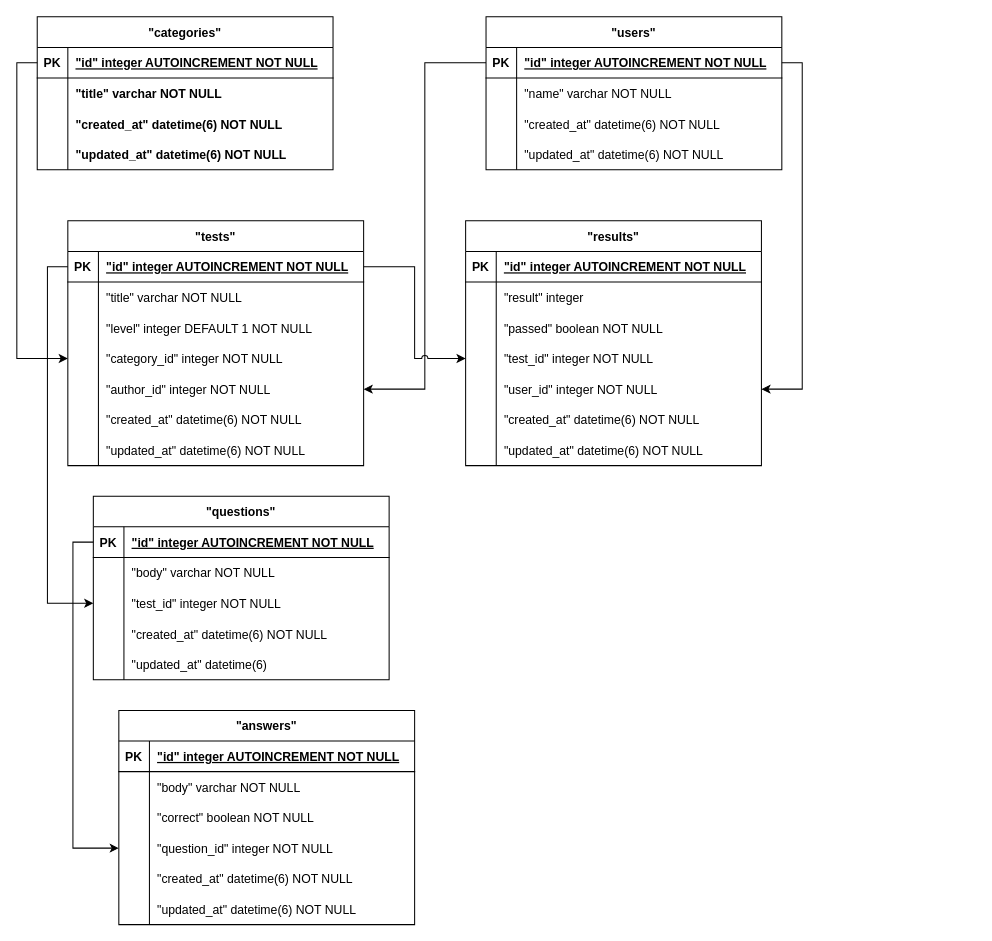
slydevruby/test-guru keeps this draw.io diagram as test-guru.wiki/Диаграмма без названия.drawio. Above is the earlier version. Source tidied: cells renumbered, new cells numbered last; positions are measured from the earlier drawing's top-left corner, leaving out a move shared by most shapes. Both pictures are drawn from the tidied source at 102%, with x=0, y=0 at pixel (37, 16).
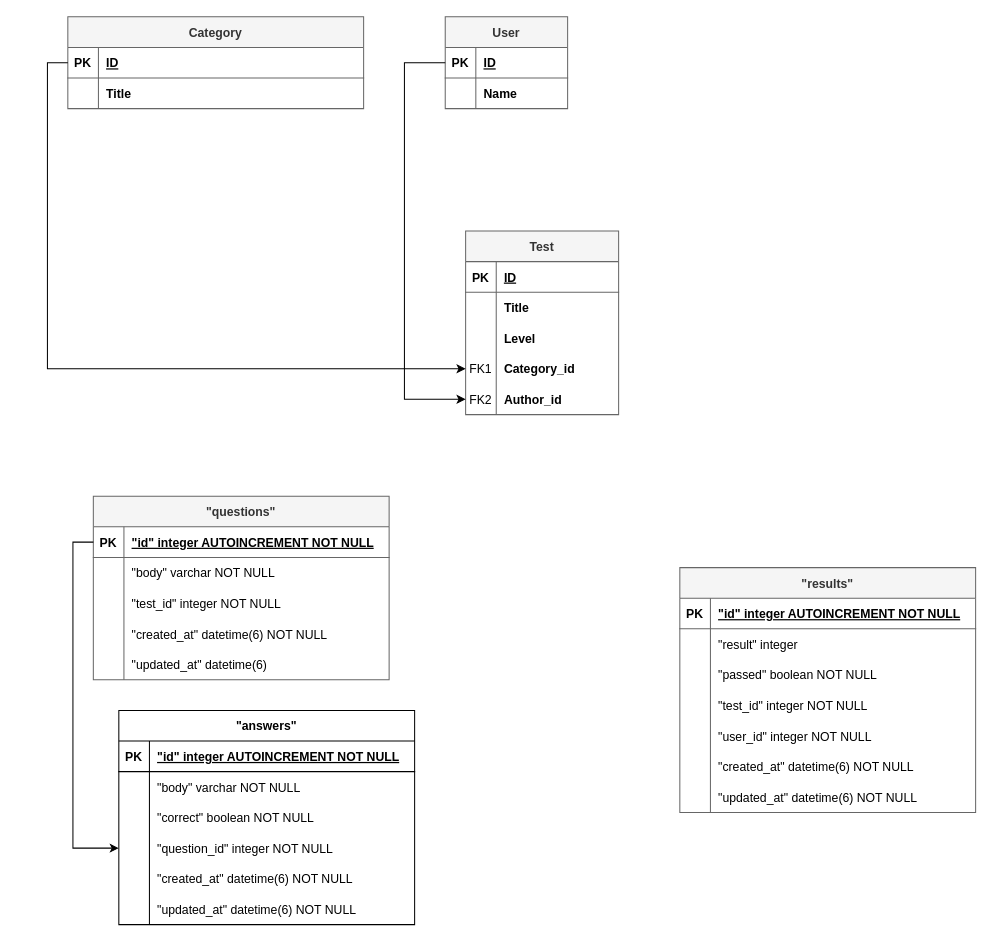
After the change.

Unchanged cells that the change refers to:
```xml
<mxCell id="3" style="shape=tableRow;horizontal=0;startSize=0;swimlaneHead=0;swimlaneBody=0;fillColor=none;points=[[0,0.5],[1,0.5]];portConstraint=eastwest;strokeColor=inherit;top=0;left=0;right=0;bottom=1;" parent="2" vertex="1">
  <mxGeometry y="30" width="290" height="30" as="geometry" />
</mxCell>
<mxCell id="6" style="shape=tableRow;horizontal=0;startSize=0;swimlaneHead=0;swimlaneBody=0;fillColor=none;strokeColor=inherit;top=0;left=0;right=0;bottom=0;" parent="2" vertex="1">
  <mxGeometry y="60" width="290" height="30" as="geometry" />
</mxCell>
<mxCell id="51" style="shape=tableRow;horizontal=0;startSize=0;swimlaneHead=0;swimlaneBody=0;fillColor=none;points=[[0,0.5],[1,0.5]];portConstraint=eastwest;strokeColor=inherit;top=0;left=0;right=0;bottom=1;" parent="50" vertex="1">
  <mxGeometry y="30" width="290" height="30" as="geometry" />
</mxCell>
<mxCell id="57" style="shape=tableRow;horizontal=0;startSize=0;swimlaneHead=0;swimlaneBody=0;fillColor=none;points=[[0,0.5],[1,0.5]];portConstraint=eastwest;strokeColor=inherit;top=0;left=0;right=0;bottom=0;" parent="50" vertex="1">
  <mxGeometry y="90" width="290" height="30" as="geometry" />
</mxCell>
<mxCell id="76" style="shape=tableRow;horizontal=0;startSize=0;swimlaneHead=0;swimlaneBody=0;fillColor=none;points=[[0,0.5],[1,0.5]];portConstraint=eastwest;strokeColor=inherit;top=0;left=0;right=0;bottom=0;" parent="66" vertex="1">
  <mxGeometry y="120" width="290" height="30" as="geometry" />
</mxCell>
<mxCell id="95" style="shape=tableRow;horizontal=0;startSize=0;swimlaneHead=0;swimlaneBody=0;fillColor=none;points=[[0,0.5],[1,0.5]];portConstraint=eastwest;strokeColor=inherit;top=0;left=0;right=0;bottom=0;" parent="85" vertex="1">
  <mxGeometry y="120" width="290" height="30" as="geometry" />
</mxCell>
<mxCell id="98" style="shape=tableRow;horizontal=0;startSize=0;swimlaneHead=0;swimlaneBody=0;fillColor=none;points=[[0,0.5],[1,0.5]];portConstraint=eastwest;strokeColor=inherit;top=0;left=0;right=0;bottom=0;" parent="85" vertex="1">
  <mxGeometry y="150" width="290" height="30" as="geometry" />
</mxCell>
```

What changed in the source:
```diff
@@
-    <mxCell id="2" value="&quot;categories&quot;" style="shape=table;startSize=30;childLayout=tableLayout;rowLines=0;fontStyle=1;align=center;" parent="1" vertex="1">
-      <mxGeometry width="290" height="150" as="geometry" />
+    <mxCell id="2" value="Category" style="shape=table;startSize=30;childLayout=tableLayout;rowLines=0;fontStyle=1;align=center;fillColor=#f5f5f5;fontColor=#333333;strokeColor=#666666;" parent="1" vertex="1">
+      <mxGeometry x="30" width="290" height="90" as="geometry" />
     </mxCell>
@@
-    <mxCell id="5" value="&quot;id&quot; integer  AUTOINCREMENT NOT NULL" style="shape=partialRectangle;overflow=hidden;fillColor=none;align=left;strokeColor=inherit;top=0;left=0;bottom=0;right=0;spacingLeft=6;fontStyle=5;" parent="3" vertex="1">
+    <mxCell id="5" value="ID" style="shape=partialRectangle;overflow=hidden;fillColor=none;align=left;strokeColor=inherit;top=0;left=0;bottom=0;right=0;spacingLeft=6;fontStyle=5;" parent="3" vertex="1">
       <mxGeometry x="30" width="260" height="30" as="geometry" />
     </mxCell>
@@
-    <mxCell id="8" value="&quot;title&quot; varchar NOT NULL" style="shape=partialRectangle;overflow=hidden;fillColor=none;align=left;strokeColor=inherit;top=0;left=0;bottom=0;right=0;spacingLeft=6;fontStyle=1;" parent="6" vertex="1">
+    <mxCell id="8" value="Title" style="shape=partialRectangle;overflow=hidden;fillColor=none;align=left;strokeColor=inherit;top=0;left=0;bottom=0;right=0;spacingLeft=6;fontStyle=1;" parent="6" vertex="1">
       <mxGeometry x="30" width="260" height="30" as="geometry" />
     </mxCell>
-    <mxCell id="9" style="shape=tableRow;horizontal=0;startSize=0;swimlaneHead=0;swimlaneBody=0;fillColor=none;strokeColor=inherit;top=0;left=0;right=0;bottom=0;" parent="2" vertex="1">
-      <mxGeometry y="90" width="290" height="30" as="geometry" />
-    </mxCell>
-    <mxCell id="10" style="shape=partialRectangle;overflow=hidden;fillColor=none;strokeColor=inherit;top=0;left=0;bottom=0;right=0;" parent="9" vertex="1">
-      <mxGeometry width="30" height="30" as="geometry" />
-    </mxCell>
-    <mxCell id="11" value="&quot;created_at&quot; datetime(6) NOT NULL" style="shape=partialRectangle;overflow=hidden;fillColor=none;align=left;strokeColor=inherit;top=0;left=0;bottom=0;right=0;spacingLeft=6;fontStyle=1;" parent="9" vertex="1">
-      <mxGeometry x="30" width="260" height="30" as="geometry" />
-    </mxCell>
-    <mxCell id="12" style="shape=tableRow;horizontal=0;startSize=0;swimlaneHead=0;swimlaneBody=0;fillColor=none;strokeColor=inherit;top=0;left=0;right=0;bottom=0;" parent="2" vertex="1">
-      <mxGeometry y="120" width="290" height="30" as="geometry" />
-    </mxCell>
-    <mxCell id="13" style="shape=partialRectangle;overflow=hidden;fillColor=none;strokeColor=inherit;top=0;left=0;bottom=0;right=0;" parent="12" vertex="1">
-      <mxGeometry width="30" height="30" as="geometry" />
-    </mxCell>
-    <mxCell id="14" value="&quot;updated_at&quot; datetime(6) NOT NULL" style="shape=partialRectangle;overflow=hidden;fillColor=none;align=left;strokeColor=inherit;top=0;left=0;bottom=0;right=0;spacingLeft=6;fontStyle=1;" parent="12" vertex="1">
-      <mxGeometry x="30" width="260" height="30" as="geometry" />
-    </mxCell>
-    <mxCell id="15" value="&quot;users&quot;" style="shape=table;startSize=30;childLayout=tableLayout;rowLines=0;fontStyle=1;align=center;" parent="1" vertex="1">
-      <mxGeometry x="440" width="290" height="150" as="geometry" />
+    <mxCell id="15" value="User" style="shape=table;startSize=30;childLayout=tableLayout;rowLines=0;fontStyle=1;align=center;fillColor=#f5f5f5;strokeColor=#666666;fontColor=#333333;" parent="1" vertex="1">
+      <mxGeometry x="400" width="120" height="90" as="geometry" />
     </mxCell>
     <mxCell id="16" style="shape=tableRow;horizontal=0;startSize=0;swimlaneHead=0;swimlaneBody=0;fillColor=none;points=[[0,0.5],[1,0.5]];portConstraint=eastwest;strokeColor=inherit;top=0;left=0;right=0;bottom=1;" parent="15" vertex="1">
-      <mxGeometry y="30" width="290" height="30" as="geometry" />
+      <mxGeometry y="30" width="120" height="30" as="geometry" />
     </mxCell>
@@
-    <mxCell id="18" value="&quot;id&quot; integer  AUTOINCREMENT NOT NULL" style="shape=partialRectangle;overflow=hidden;fillColor=none;align=left;strokeColor=inherit;top=0;left=0;bottom=0;right=0;spacingLeft=6;fontStyle=5;" parent="16" vertex="1">
-      <mxGeometry x="30" width="260" height="30" as="geometry" />
+    <mxCell id="18" value="ID" style="shape=partialRectangle;overflow=hidden;fillColor=none;align=left;strokeColor=inherit;top=0;left=0;bottom=0;right=0;spacingLeft=6;fontStyle=5;" parent="16" vertex="1">
+      <mxGeometry x="30" width="90" height="30" as="geometry" />
     </mxCell>
     <mxCell id="19" style="shape=tableRow;horizontal=0;startSize=0;swimlaneHead=0;swimlaneBody=0;fillColor=none;strokeColor=inherit;top=0;left=0;right=0;bottom=0;" parent="15" vertex="1">
-      <mxGeometry y="60" width="290" height="30" as="geometry" />
+      <mxGeometry y="60" width="120" height="30" as="geometry" />
     </mxCell>
@@
-    <mxCell id="21" value="&quot;name&quot; varchar NOT NULL" style="shape=partialRectangle;overflow=hidden;fillColor=none;align=left;strokeColor=inherit;top=0;left=0;bottom=0;right=0;spacingLeft=6;" parent="19" vertex="1">
-      <mxGeometry x="30" width="260" height="30" as="geometry" />
+    <mxCell id="21" value="Name" style="shape=partialRectangle;overflow=hidden;fillColor=none;align=left;strokeColor=inherit;top=0;left=0;bottom=0;right=0;spacingLeft=6;fontStyle=1;" parent="19" vertex="1">
+      <mxGeometry x="30" width="90" height="30" as="geometry" />
     </mxCell>
-    <mxCell id="22" style="shape=tableRow;horizontal=0;startSize=0;swimlaneHead=0;swimlaneBody=0;fillColor=none;strokeColor=inherit;top=0;left=0;right=0;bottom=0;" parent="15" vertex="1">
-      <mxGeometry y="90" width="290" height="30" as="geometry" />
-    </mxCell>
-    <mxCell id="23" style="shape=partialRectangle;overflow=hidden;fillColor=none;strokeColor=inherit;top=0;left=0;bottom=0;right=0;" parent="22" vertex="1">
-      <mxGeometry width="30" height="30" as="geometry" />
-    </mxCell>
-    <mxCell id="24" value="&quot;created_at&quot; datetime(6) NOT NULL" style="shape=partialRectangle;overflow=hidden;fillColor=none;align=left;strokeColor=inherit;top=0;left=0;bottom=0;right=0;spacingLeft=6;" parent="22" vertex="1">
-      <mxGeometry x="30" width="260" height="30" as="geometry" />
-    </mxCell>
-    <mxCell id="25" style="shape=tableRow;horizontal=0;startSize=0;swimlaneHead=0;swimlaneBody=0;fillColor=none;strokeColor=inherit;top=0;left=0;right=0;bottom=0;" parent="15" vertex="1">
-      <mxGeometry y="120" width="290" height="30" as="geometry" />
-    </mxCell>
-    <mxCell id="26" style="shape=partialRectangle;overflow=hidden;fillColor=none;strokeColor=inherit;top=0;left=0;bottom=0;right=0;" parent="25" vertex="1">
-      <mxGeometry width="30" height="30" as="geometry" />
-    </mxCell>
-    <mxCell id="27" value="&quot;updated_at&quot; datetime(6) NOT NULL" style="shape=partialRectangle;overflow=hidden;fillColor=none;align=left;strokeColor=inherit;top=0;left=0;bottom=0;right=0;spacingLeft=6;" parent="25" vertex="1">
-      <mxGeometry x="30" width="260" height="30" as="geometry" />
-    </mxCell>
-    <mxCell id="28" value="&quot;tests&quot;" style="shape=table;startSize=30;childLayout=tableLayout;rowLines=0;fontStyle=1;align=center;" parent="1" vertex="1">
-      <mxGeometry x="30" y="200" width="290" height="240" as="geometry" />
+    <mxCell id="28" value="Test" style="shape=table;startSize=30;childLayout=tableLayout;rowLines=0;fontStyle=1;align=center;fillColor=#f5f5f5;fontColor=#333333;strokeColor=#666666;" parent="1" vertex="1">
+      <mxGeometry x="420" y="210" width="150" height="180" as="geometry" />
     </mxCell>
     <mxCell id="29" style="shape=tableRow;horizontal=0;startSize=0;swimlaneHead=0;swimlaneBody=0;fillColor=none;points=[[0,0.5],[1,0.5]];portConstraint=eastwest;strokeColor=inherit;top=0;left=0;right=0;bottom=1;" parent="28" vertex="1">
-      <mxGeometry y="30" width="290" height="30" as="geometry" />
+      <mxGeometry y="30" width="150" height="30" as="geometry" />
     </mxCell>
@@
-    <mxCell id="31" value="&quot;id&quot; integer  AUTOINCREMENT NOT NULL" style="shape=partialRectangle;overflow=hidden;fillColor=none;align=left;strokeColor=inherit;top=0;left=0;bottom=0;right=0;spacingLeft=6;fontStyle=5;" parent="29" vertex="1">
-      <mxGeometry x="30" width="260" height="30" as="geometry" />
+    <mxCell id="31" value="ID" style="shape=partialRectangle;overflow=hidden;fillColor=none;align=left;strokeColor=inherit;top=0;left=0;bottom=0;right=0;spacingLeft=6;fontStyle=5;" parent="29" vertex="1">
+      <mxGeometry x="30" width="120" height="30" as="geometry" />
     </mxCell>
     <mxCell id="32" style="shape=tableRow;horizontal=0;startSize=0;swimlaneHead=0;swimlaneBody=0;fillColor=none;strokeColor=inherit;top=0;left=0;right=0;bottom=0;" parent="28" vertex="1">
-      <mxGeometry y="60" width="290" height="30" as="geometry" />
+      <mxGeometry y="60" width="150" height="30" as="geometry" />
     </mxCell>
@@
-    <mxCell id="34" value="&quot;title&quot; varchar NOT NULL" style="shape=partialRectangle;overflow=hidden;fillColor=none;align=left;strokeColor=inherit;top=0;left=0;bottom=0;right=0;spacingLeft=6;" parent="32" vertex="1">
-      <mxGeometry x="30" width="260" height="30" as="geometry" />
+    <mxCell id="34" value="Title" style="shape=partialRectangle;overflow=hidden;fillColor=none;align=left;strokeColor=inherit;top=0;left=0;bottom=0;right=0;spacingLeft=6;fontStyle=1;" parent="32" vertex="1">
+      <mxGeometry x="30" width="120" height="30" as="geometry" />
     </mxCell>
     <mxCell id="35" style="shape=tableRow;horizontal=0;startSize=0;swimlaneHead=0;swimlaneBody=0;fillColor=none;strokeColor=inherit;top=0;left=0;right=0;bottom=0;" parent="28" vertex="1">
-      <mxGeometry y="90" width="290" height="30" as="geometry" />
+      <mxGeometry y="90" width="150" height="30" as="geometry" />
     </mxCell>
@@
-    <mxCell id="37" value="&quot;level&quot; integer DEFAULT 1 NOT NULL" style="shape=partialRectangle;overflow=hidden;fillColor=none;align=left;strokeColor=inherit;top=0;left=0;bottom=0;right=0;spacingLeft=6;" parent="35" vertex="1">
-      <mxGeometry x="30" width="260" height="30" as="geometry" />
+    <mxCell id="37" value="Level" style="shape=partialRectangle;overflow=hidden;fillColor=none;align=left;strokeColor=inherit;top=0;left=0;bottom=0;right=0;spacingLeft=6;fontStyle=1;" parent="35" vertex="1">
+      <mxGeometry x="30" width="120" height="30" as="geometry" />
     </mxCell>
     <mxCell id="38" style="shape=tableRow;horizontal=0;startSize=0;swimlaneHead=0;swimlaneBody=0;fillColor=none;points=[[0,0.5],[1,0.5]];portConstraint=eastwest;strokeColor=inherit;top=0;left=0;right=0;bottom=0;" parent="28" vertex="1">
-      <mxGeometry y="120" width="290" height="30" as="geometry" />
+      <mxGeometry y="120" width="150" height="30" as="geometry" />
     </mxCell>
-    <mxCell id="39" style="shape=partialRectangle;overflow=hidden;fillColor=none;strokeColor=inherit;top=0;left=0;bottom=0;right=0;" parent="38" vertex="1">
+    <mxCell id="39" value="FK1" style="shape=partialRectangle;overflow=hidden;fillColor=none;strokeColor=inherit;top=0;left=0;bottom=0;right=0;" parent="38" vertex="1">
       <mxGeometry width="30" height="30" as="geometry" />
     </mxCell>
-    <mxCell id="40" value="&quot;category_id&quot; integer NOT NULL" style="shape=partialRectangle;overflow=hidden;fillColor=none;align=left;strokeColor=inherit;top=0;left=0;bottom=0;right=0;spacingLeft=6;" parent="38" vertex="1">
-      <mxGeometry x="30" width="260" height="30" as="geometry" />
+    <mxCell id="40" value="Category_id" style="shape=partialRectangle;overflow=hidden;fillColor=none;align=left;strokeColor=inherit;top=0;left=0;bottom=0;right=0;spacingLeft=6;fontStyle=1;" parent="38" vertex="1">
+      <mxGeometry x="30" width="120" height="30" as="geometry" />
     </mxCell>
     <mxCell id="41" style="shape=tableRow;horizontal=0;startSize=0;swimlaneHead=0;swimlaneBody=0;fillColor=none;points=[[0,0.5],[1,0.5]];portConstraint=eastwest;strokeColor=inherit;top=0;left=0;right=0;bottom=0;" parent="28" vertex="1">
-      <mxGeometry y="150" width="290" height="30" as="geometry" />
+      <mxGeometry y="150" width="150" height="30" as="geometry" />
     </mxCell>
-    <mxCell id="42" style="shape=partialRectangle;overflow=hidden;fillColor=none;strokeColor=inherit;top=0;left=0;bottom=0;right=0;" parent="41" vertex="1">
+    <mxCell id="42" value="FK2" style="shape=partialRectangle;overflow=hidden;fillColor=none;strokeColor=inherit;top=0;left=0;bottom=0;right=0;" parent="41" vertex="1">
       <mxGeometry width="30" height="30" as="geometry" />
     </mxCell>
-    <mxCell id="43" value="&quot;author_id&quot; integer NOT NULL" style="shape=partialRectangle;overflow=hidden;fillColor=none;align=left;strokeColor=inherit;top=0;left=0;bottom=0;right=0;spacingLeft=6;" parent="41" vertex="1">
-      <mxGeometry x="30" width="260" height="30" as="geometry" />
+    <mxCell id="43" value="Author_id" style="shape=partialRectangle;overflow=hidden;fillColor=none;align=left;strokeColor=inherit;top=0;left=0;bottom=0;right=0;spacingLeft=6;fontStyle=1;" parent="41" vertex="1">
+      <mxGeometry x="30" width="120" height="30" as="geometry" />
     </mxCell>
-    <mxCell id="44" style="shape=tableRow;horizontal=0;startSize=0;swimlaneHead=0;swimlaneBody=0;fillColor=none;strokeColor=inherit;top=0;left=0;right=0;bottom=0;" parent="28" vertex="1">
-      <mxGeometry y="180" width="290" height="30" as="geometry" />
-    </mxCell>
-    <mxCell id="45" style="shape=partialRectangle;overflow=hidden;fillColor=none;strokeColor=inherit;top=0;left=0;bottom=0;right=0;" parent="44" vertex="1">
-      <mxGeometry width="30" height="30" as="geometry" />
-    </mxCell>
-    <mxCell id="46" value="&quot;created_at&quot; datetime(6) NOT NULL" style="shape=partialRectangle;overflow=hidden;fillColor=none;align=left;strokeColor=inherit;top=0;left=0;bottom=0;right=0;spacingLeft=6;" parent="44" vertex="1">
-      <mxGeometry x="30" width="260" height="30" as="geometry" />
-    </mxCell>
-    <mxCell id="47" style="shape=tableRow;horizontal=0;startSize=0;swimlaneHead=0;swimlaneBody=0;fillColor=none;strokeColor=inherit;top=0;left=0;right=0;bottom=0;" parent="28" vertex="1">
-      <mxGeometry y="210" width="290" height="30" as="geometry" />
-    </mxCell>
-    <mxCell id="48" style="shape=partialRectangle;overflow=hidden;fillColor=none;strokeColor=inherit;top=0;left=0;bottom=0;right=0;" parent="47" vertex="1">
-      <mxGeometry width="30" height="30" as="geometry" />
-    </mxCell>
-    <mxCell id="49" value="&quot;updated_at&quot; datetime(6) NOT NULL" style="shape=partialRectangle;overflow=hidden;fillColor=none;align=left;strokeColor=inherit;top=0;left=0;bottom=0;right=0;spacingLeft=6;" parent="47" vertex="1">
-      <mxGeometry x="30" width="260" height="30" as="geometry" />
-    </mxCell>
-    <mxCell id="50" value="&quot;questions&quot;" style="shape=table;startSize=30;childLayout=tableLayout;rowLines=0;fontStyle=1;align=center;" parent="1" vertex="1">
+    <mxCell id="50" value="&quot;questions&quot;" style="shape=table;startSize=30;childLayout=tableLayout;rowLines=0;fontStyle=1;align=center;fillColor=#f5f5f5;fontColor=#333333;strokeColor=#666666;" parent="1" vertex="1">
       <mxGeometry x="55" y="470" width="290" height="180" as="geometry" />
     </mxCell>
@@
-    <mxCell id="85" value="&quot;results&quot;" style="shape=table;startSize=30;childLayout=tableLayout;rowLines=0;fontStyle=1;align=center;" parent="1" vertex="1">
-      <mxGeometry x="420" y="200" width="290" height="240" as="geometry" />
+    <mxCell id="85" value="&quot;results&quot;" style="shape=table;startSize=30;childLayout=tableLayout;rowLines=0;fontStyle=1;align=center;fillColor=#f5f5f5;fontColor=#333333;strokeColor=#666666;" parent="1" vertex="1">
+      <mxGeometry x="630" y="540" width="290" height="240" as="geometry" />
     </mxCell>
@@
+    <mxCell id="109" style="edgeStyle=orthogonalEdgeStyle;rounded=0;jettySize=auto;html=1;exitX=0;exitY=0.5;exitDx=0;exitDy=0;" parent="1" edge="1" source="3" target="38">
+      <mxGeometry relative="1" as="geometry" />
+    </mxCell>
+    <mxCell id="111" style="edgeStyle=orthogonalEdgeStyle;rounded=0;jettySize=auto;html=1;exitX=0;exitY=0.5;exitDx=0;exitDy=0;" parent="1" edge="1" source="51" target="76">
+      <mxGeometry relative="1" as="geometry" />
+    </mxCell>
-    <mxCell id="107" style="edgeStyle=orthogonalEdgeStyle;rounded=0;jettySize=auto;html=1;exitX=0;exitY=0.5;exitDx=0;exitDy=0;" parent="1" edge="1" source="16" target="41">
-      <mxGeometry relative="1" as="geometry" />
+    <mxCell id="107" style="edgeStyle=orthogonalEdgeStyle;rounded=0;jettySize=auto;html=1;exitX=0;exitY=0.5;exitDx=0;exitDy=0;entryX=0;entryY=0.5;entryDx=0;entryDy=0;" parent="1" edge="1" source="16" target="41">
+      <mxGeometry relative="1" as="geometry">
+        <Array as="points">
+          <mxPoint x="360" y="45" />
+          <mxPoint x="360" y="375" />
+        </Array>
+      </mxGeometry>
     </mxCell>
-    <mxCell id="108" style="edgeStyle=orthogonalEdgeStyle;rounded=0;jettySize=auto;html=1;exitX=1;exitY=0.5;exitDx=0;exitDy=0;jumpStyle=arc;" parent="1" edge="1" source="29" target="95">
-      <mxGeometry relative="1" as="geometry" />
-    </mxCell>
-    <mxCell id="109" style="edgeStyle=orthogonalEdgeStyle;rounded=0;jettySize=auto;html=1;exitX=0;exitY=0.5;exitDx=0;exitDy=0;" parent="1" edge="1" source="3" target="38">
-      <mxGeometry relative="1" as="geometry" />
-    </mxCell>
-    <mxCell id="110" style="edgeStyle=orthogonalEdgeStyle;rounded=0;jettySize=auto;html=1;exitX=0;exitY=0.5;exitDx=0;exitDy=0;" parent="1" edge="1" source="29" target="57">
-      <mxGeometry relative="1" as="geometry" />
-    </mxCell>
-    <mxCell id="111" style="edgeStyle=orthogonalEdgeStyle;rounded=0;jettySize=auto;html=1;exitX=0;exitY=0.5;exitDx=0;exitDy=0;" parent="1" edge="1" source="51" target="76">
-      <mxGeometry relative="1" as="geometry" />
-    </mxCell>
-    <mxCell id="112" style="edgeStyle=orthogonalEdgeStyle;rounded=0;jettySize=auto;html=1;exitX=1;exitY=0.5;exitDx=0;exitDy=0;" parent="1" edge="1" source="16" target="98">
-      <mxGeometry relative="1" as="geometry" />
-    </mxCell>
```
